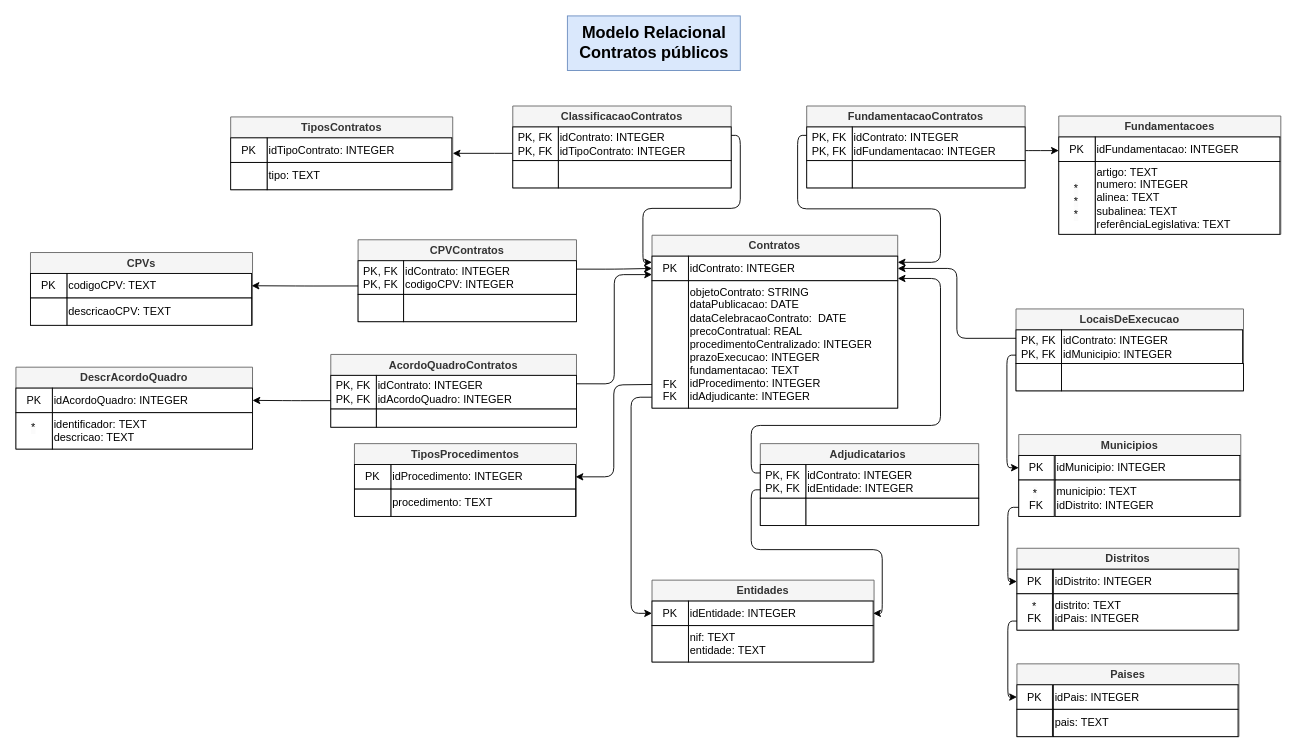
bzabot/public-contracts-db keeps this draw.io diagram as modelagem/modelo-relacional.drawio. Above is the earlier version. Source tidied: cells renumbered, new cells numbered last; positions are measured from the earlier drawing's top-left corner, leaving out a move shared by most shapes. Both pictures are drawn from the tidied source at 91%, with x=0, y=0 at pixel (15, 15).
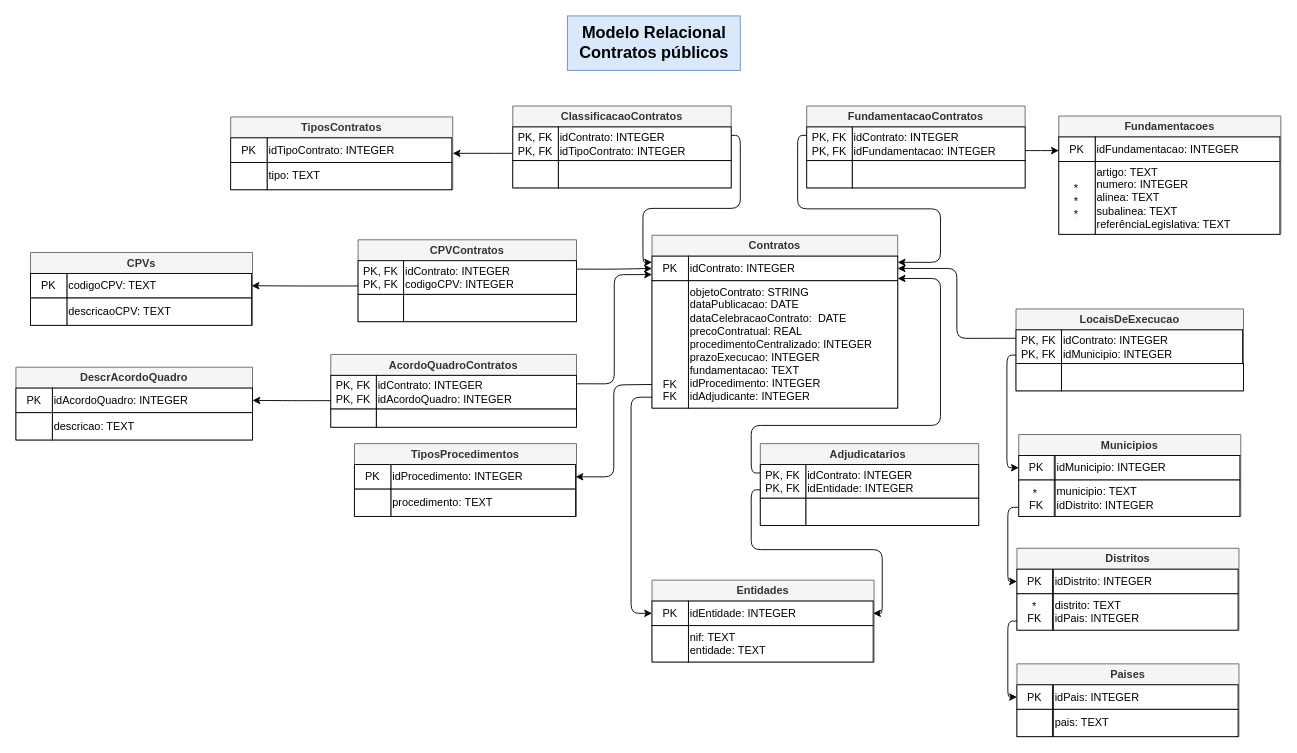
Above is the later version.

What changed in the source:
```diff
@@
     <mxCell id="41" value="DescrAcordoQuadro" style="swimlane;whiteSpace=wrap;html=1;fillColor=#f5f5f5;fontColor=#333333;strokeColor=#666666;" parent="1" vertex="1">
-      <mxGeometry y="386" width="260" height="90" as="geometry" />
+      <mxGeometry y="386" width="260" height="80" as="geometry" />
     </mxCell>
@@
-    <mxCell id="44" value="&lt;div style=&quot;text-align: justify;&quot;&gt;&lt;span style=&quot;text-align: left;&quot;&gt;identificador:&lt;/span&gt;&lt;span style=&quot;background-color: initial; text-align: left;&quot;&gt;&amp;nbsp;&lt;/span&gt;&lt;span style=&quot;background-color: initial; text-align: left;&quot;&gt;TEXT&lt;/span&gt;&lt;/div&gt;&lt;div style=&quot;text-align: justify;&quot;&gt;&lt;span style=&quot;text-align: left;&quot;&gt;descricao: TEXT&lt;/span&gt;&lt;/div&gt;" style="whiteSpace=wrap;html=1;align=left;" parent="41" vertex="1">
-      <mxGeometry x="40" y="50" width="220" height="40" as="geometry" />
+    <mxCell id="44" value="&lt;div style=&quot;text-align: justify;&quot;&gt;&lt;span style=&quot;text-align: left; background-color: initial;&quot;&gt;descricao: TEXT&lt;/span&gt;&lt;/div&gt;" style="whiteSpace=wrap;html=1;align=left;" parent="41" vertex="1">
+      <mxGeometry x="40" y="50" width="220" height="30" as="geometry" />
     </mxCell>
     <mxCell id="45" value="&lt;div style=&quot;text-align: left; line-height: 120%;&quot;&gt;&lt;br&gt;&lt;/div&gt;" style="rounded=0;whiteSpace=wrap;html=1;" parent="41" vertex="1">
-      <mxGeometry y="50" width="40" height="40" as="geometry" />
+      <mxGeometry y="50" width="40" height="30" as="geometry" />
     </mxCell>
-    <mxCell id="46" value="&lt;span style=&quot;color: rgb(0, 0, 0); font-family: Helvetica; font-size: 12px; font-style: normal; font-variant-ligatures: normal; font-variant-caps: normal; font-weight: 400; letter-spacing: normal; orphans: 2; text-align: left; text-indent: 0px; text-transform: none; widows: 2; word-spacing: 0px; -webkit-text-stroke-width: 0px; background-color: rgb(251, 251, 251); text-decoration-thickness: initial; text-decoration-style: initial; text-decoration-color: initial; float: none; display: inline !important;&quot;&gt;*&lt;/span&gt;" style="text;whiteSpace=wrap;html=1;" parent="41" vertex="1">
-      <mxGeometry x="15" y="53" width="10" height="30" as="geometry" />
-    </mxCell>
```
